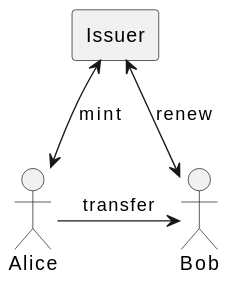
Before: v4/docs/overview.svg, a diagram exported from PlantUML (OpenCoin/opencoin-playground).
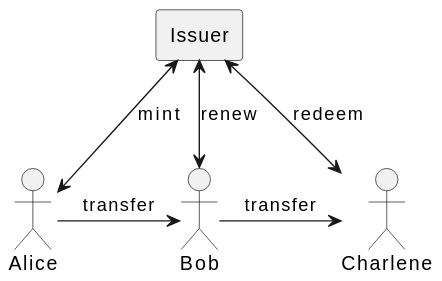
After the change.

What changed in the source:
```diff
@@ -3,8 +3,12 @@
 rectangle Issuer as issuer
 actor Alice as alice
 actor Bob as bob
+actor Charlene as charlene
+
 issuer <--> alice: mint
 alice -> bob: transfer
 issuer <--> bob: renew
+bob -> charlene: transfer
+issuer <--> charlene: redeem
 
 @enduml
```
